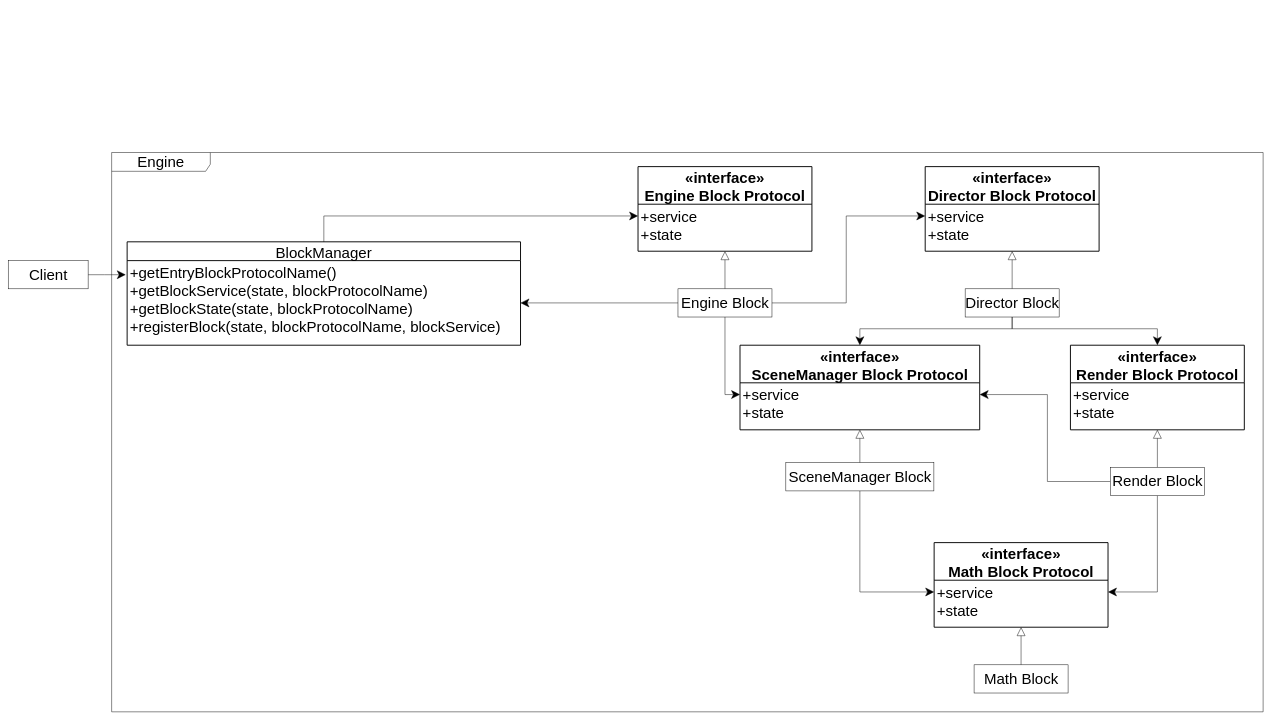
yyc-git/3DProgramPattern keeps this draw.io diagram as packages/积木模式/story_improve/UML.drawio. Above is the earlier version. Source tidied: cells renumbered, new cells numbered last; positions are measured from the earlier drawing's top-left corner, leaving out a move shared by most shapes. Both pictures are drawn from the tidied source at 47%, with x=0, y=0 at pixel (8, 152).
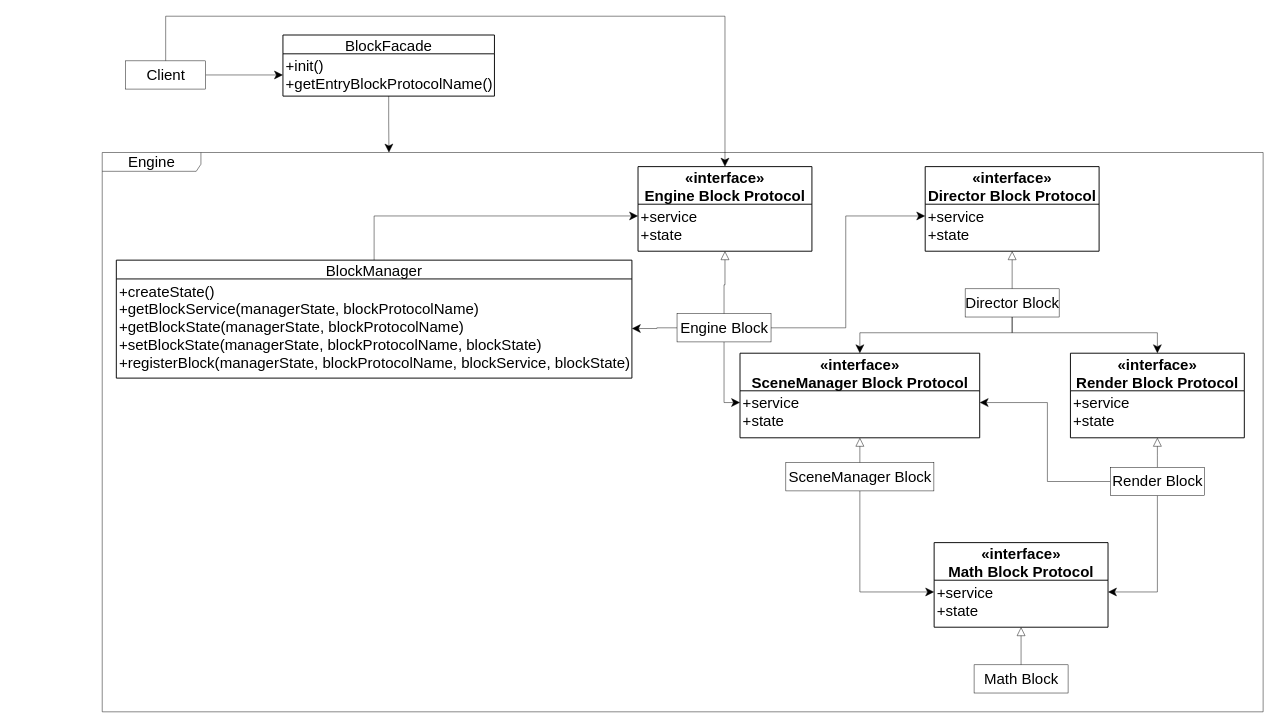
After the change.

Unchanged cells that the change refers to:
```xml
<mxCell id="13" value="«interface»&#10;Engine Block Protocol" style="swimlane;horizontal=1;startSize=80;rounded=0;fontSize=32;fontStyle=1;strokeWidth=2;shadow=0;dashed=0;align=center;" parent="1" vertex="1">
  <mxGeometry x="1340" y="30" width="370" height="180" as="geometry" />
</mxCell>
<mxCell id="29" value="Render Block" style="html=1;fontSize=32;" parent="1" vertex="1">
  <mxGeometry x="2345" y="670" width="200" height="60" as="geometry" />
</mxCell>
<mxCell id="31" value="+service&#10;+state" style="align=left;strokeColor=none;fillColor=none;spacingLeft=4;fontSize=32;verticalAlign=top;" parent="30" vertex="1">
  <mxGeometry y="80" width="370" height="100" as="geometry" />
</mxCell>
```

Diff of the diagram source:
```diff
@@
     <mxCell id="2" value="&lt;font style=&quot;font-size: 32px&quot;&gt;Engine&lt;/font&gt;" style="shape=umlFrame;whiteSpace=wrap;html=1;width=210;height=40;fontSize=32;" parent="1" vertex="1">
-      <mxGeometry x="220" width="2450" height="1190" as="geometry" />
+      <mxGeometry x="200" width="2470" height="1190" as="geometry" />
     </mxCell>
-    <mxCell id="3" style="edgeStyle=orthogonalEdgeStyle;rounded=0;jettySize=auto;html=1;endSize=16;startSize=16;" parent="1" edge="1" source="4">
-      <mxGeometry relative="1" as="geometry">
-        <mxPoint x="250" y="260" as="targetPoint" />
-      </mxGeometry>
-    </mxCell>
+    <mxCell id="36" style="edgeStyle=orthogonalEdgeStyle;rounded=0;jettySize=auto;html=1;startSize=16;endSize=16;" parent="1" edge="1" source="4" target="39">
+      <mxGeometry relative="1" as="geometry" />
+    </mxCell>
+    <mxCell id="37" style="edgeStyle=orthogonalEdgeStyle;rounded=0;jettySize=auto;html=1;entryX=0.5;entryY=0;entryDx=0;entryDy=0;startSize=16;endSize=16;exitX=0.5;exitY=0;exitDx=0;exitDy=0;" parent="1" edge="1" source="4" target="13">
+      <mxGeometry relative="1" as="geometry">
+        <Array as="points">
+          <mxPoint x="335" y="-290" />
+          <mxPoint x="1525" y="-290" />
+        </Array>
+      </mxGeometry>
+    </mxCell>
     <mxCell id="4" value="Client" style="html=1;fontSize=32;" parent="1" vertex="1">
-      <mxGeometry y="230" width="170" height="60" as="geometry" />
+      <mxGeometry x="250" y="-195" width="170" height="60" as="geometry" />
     </mxCell>
@@
     <mxCell id="9" value="Engine Block" style="html=1;fontSize=32;" parent="1" vertex="1">
-      <mxGeometry x="1425" y="290" width="200" height="60" as="geometry" />
+      <mxGeometry x="1423" y="343" width="200" height="60" as="geometry" />
     </mxCell>
     <mxCell id="10" value="BlockManager" style="swimlane;horizontal=1;startSize=40;rounded=0;fontSize=32;fontStyle=0;strokeWidth=2;shadow=0;dashed=0;align=center;" parent="1" vertex="1">
-      <mxGeometry x="253" y="190" width="837" height="220" as="geometry" />
+      <mxGeometry x="230" y="229" width="1097" height="251" as="geometry" />
     </mxCell>
-    <mxCell id="11" value="+getEntryBlockProtocolName()&#10;+getBlockService(state, blockProtocolName)&#10;+getBlockState(state, blockProtocolName)&#10;+registerBlock(state, blockProtocolName, blockService)" style="align=left;strokeColor=none;fillColor=none;spacingLeft=4;fontSize=32;verticalAlign=top;" parent="10" vertex="1">
-      <mxGeometry y="40" width="837" height="180" as="geometry" />
+    <mxCell id="11" value="+createState()&#10;+getBlockService(managerState, blockProtocolName)&#10;+getBlockState(managerState, blockProtocolName)&#10;+setBlockState(managerState, blockProtocolName, blockState)&#10;+registerBlock(managerState, blockProtocolName, blockService, blockState)" style="align=left;strokeColor=none;fillColor=none;spacingLeft=4;fontSize=32;verticalAlign=top;" parent="10" vertex="1">
+      <mxGeometry y="40" width="1097" height="211" as="geometry" />
     </mxCell>
@@
     <mxCell id="24" value="«interface»&#10;SceneManager Block Protocol" style="swimlane;horizontal=1;startSize=80;rounded=0;fontSize=32;fontStyle=1;strokeWidth=2;shadow=0;dashed=0;align=center;" parent="1" vertex="1">
-      <mxGeometry x="1557" y="410" width="510" height="180" as="geometry" />
+      <mxGeometry x="1557" y="427" width="510" height="180" as="geometry" />
     </mxCell>
@@
-    <mxCell id="26" style="edgeStyle=orthogonalEdgeStyle;rounded=0;jettySize=auto;html=1;entryX=0.5;entryY=1;entryDx=0;entryDy=0;fontSize=32;endArrow=block;endFill=0;endSize=16;startSize=16;" parent="1" edge="1" source="29" target="31">
-      <mxGeometry relative="1" as="geometry" />
+    <mxCell id="26" style="edgeStyle=orthogonalEdgeStyle;rounded=0;jettySize=auto;html=1;entryX=0.5;entryY=1;entryDx=0;entryDy=0;fontSize=32;endArrow=block;endFill=0;endSize=16;startSize=16;" parent="1" edge="1" source="29">
+      <mxGeometry relative="1" as="geometry">
+        <mxPoint x="2445" y="607" as="targetPoint" />
+      </mxGeometry>
     </mxCell>
@@
     <mxCell id="30" value="«interface»&#10;Render Block Protocol" style="swimlane;horizontal=1;startSize=80;rounded=0;fontSize=32;fontStyle=1;strokeWidth=2;shadow=0;dashed=0;align=center;" parent="1" vertex="1">
-      <mxGeometry x="2260" y="410" width="370" height="180" as="geometry" />
+      <mxGeometry x="2260" y="427" width="370" height="180" as="geometry" />
     </mxCell>
@@
+    <mxCell id="38" value="BlockFacade" style="swimlane;horizontal=1;startSize=40;rounded=0;fontSize=32;fontStyle=0;strokeWidth=2;shadow=0;dashed=0;align=center;" parent="1" vertex="1">
+      <mxGeometry x="584.5" y="-250" width="450" height="130" as="geometry" />
+    </mxCell>
+    <mxCell id="39" value="+init()&#10;+getEntryBlockProtocolName()&#10;" style="align=left;strokeColor=none;fillColor=none;spacingLeft=4;fontSize=32;verticalAlign=top;" parent="38" vertex="1">
+      <mxGeometry y="40" width="450" height="90" as="geometry" />
+    </mxCell>
+    <mxCell id="40" style="edgeStyle=orthogonalEdgeStyle;rounded=0;jettySize=auto;html=1;entryX=0.247;entryY=0;entryDx=0;entryDy=0;entryPerimeter=0;startSize=16;endSize=16;" parent="1" edge="1" source="39" target="2">
+      <mxGeometry relative="1" as="geometry" />
+    </mxCell>
```
